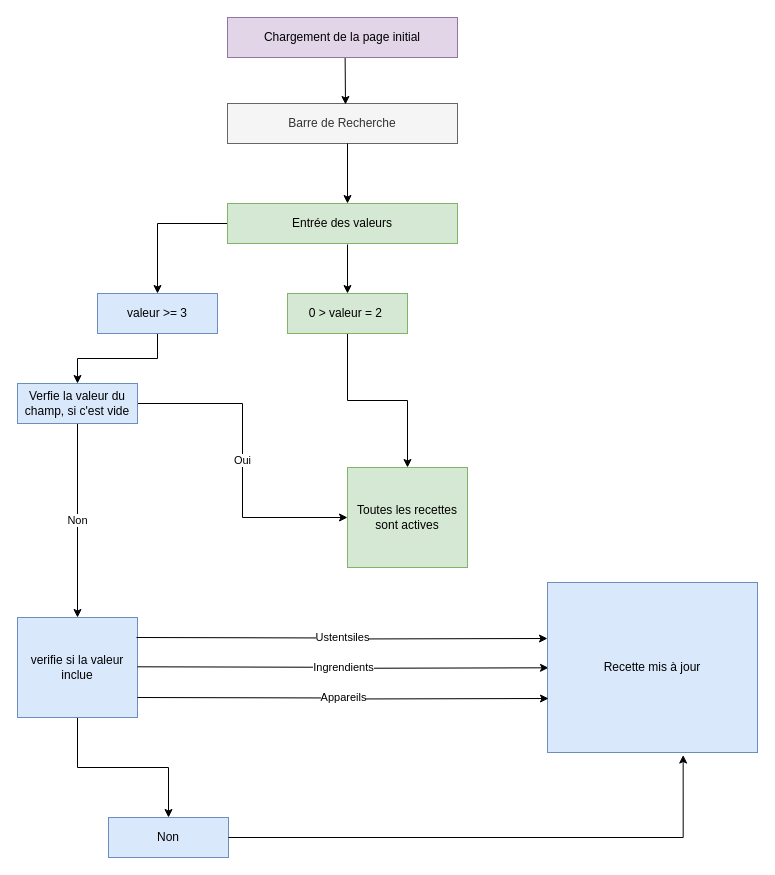
The draw.io diagram petitsplats.drawio in Takwua/PetitsPLats, before the edit. Source tidied: cells renumbered, new cells numbered last; positions are measured from the earlier drawing's top-left corner, leaving out a move shared by most shapes. Both pictures are drawn from the tidied source at 100%, with x=0, y=0 at pixel (17, 17).
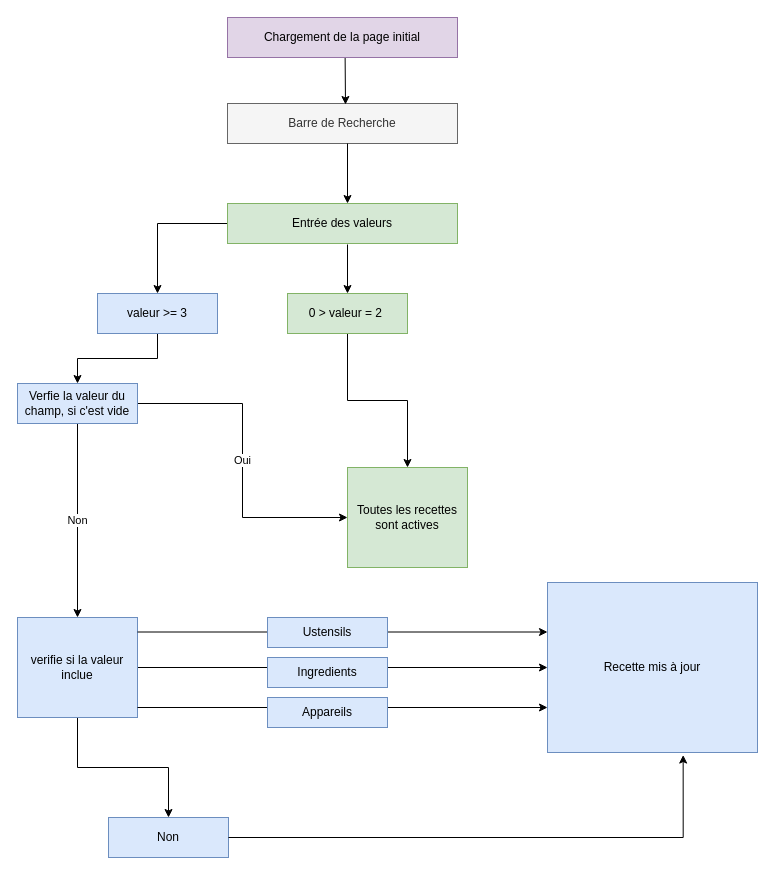
Above is the later version.

Commit message:
Mettre à jour petitsplats.drawio

Unchanged cells that the change refers to:
```xml
<mxCell id="13" value="verifie si la valeur inclue" style="rounded=0;whiteSpace=wrap;html=1;fillColor=#dae8fc;strokeColor=#6c8ebf;" parent="1" vertex="1">
  <mxGeometry y="600" width="120" height="100" as="geometry" />
</mxCell>
<mxCell id="21" value="Recette mis à jour" style="rounded=0;whiteSpace=wrap;html=1;fillColor=#dae8fc;strokeColor=#6c8ebf;" parent="1" vertex="1">
  <mxGeometry x="530" y="565" width="210" height="170" as="geometry" />
</mxCell>
<mxCell id="22" value="Non" style="rounded=0;whiteSpace=wrap;html=1;fillColor=#dae8fc;strokeColor=#6c8ebf;" parent="1" vertex="1">
  <mxGeometry x="91" y="800" width="120" height="40" as="geometry" />
</mxCell>
```

Diff of the diagram source:
```diff
@@
+    <mxCell id="25" style="edgeStyle=orthogonalEdgeStyle;rounded=0;jettySize=auto;html=1;" parent="1" edge="1" source="13" target="21">
+      <mxGeometry relative="1" as="geometry" />
+    </mxCell>
@@
-    <mxCell id="19" value="Ingrendients" style="edgeStyle=orthogonalEdgeStyle;rounded=0;orthogonalLoop=1;jettySize=auto;html=1;entryX=0.006;entryY=0.359;entryDx=0;entryDy=0;entryPerimeter=0;" parent="1" edge="1">
-      <mxGeometry relative="1" as="geometry">
-        <mxPoint x="120" y="649.3" as="sourcePoint" />
-        <mxPoint x="531" y="650.3" as="targetPoint" />
-      </mxGeometry>
-    </mxCell>
-    <mxCell id="20" value="Ustentsiles" style="edgeStyle=orthogonalEdgeStyle;rounded=0;orthogonalLoop=1;jettySize=auto;html=1;entryX=0.006;entryY=0.359;entryDx=0;entryDy=0;entryPerimeter=0;" parent="1" edge="1">
-      <mxGeometry relative="1" as="geometry">
-        <mxPoint x="119" y="620" as="sourcePoint" />
-        <mxPoint x="530" y="621" as="targetPoint" />
-      </mxGeometry>
-    </mxCell>
@@
+    <mxCell id="24" style="edgeStyle=orthogonalEdgeStyle;rounded=0;jettySize=auto;html=1;entryX=0.646;entryY=1.015;entryDx=0;entryDy=0;entryPerimeter=0;" parent="1" edge="1" source="22" target="21">
+      <mxGeometry relative="1" as="geometry" />
+    </mxCell>
+    <mxCell id="26" value="Ingredients" style="rounded=0;whiteSpace=wrap;html=1;fillColor=#dae8fc;strokeColor=#6c8ebf;" parent="1" vertex="1">
+      <mxGeometry x="250" y="640" width="120" height="30" as="geometry" />
+    </mxCell>
+    <mxCell id="27" style="edgeStyle=orthogonalEdgeStyle;rounded=0;orthogonalLoop=1;jettySize=auto;html=1;" parent="1" edge="1">
+      <mxGeometry relative="1" as="geometry">
+        <mxPoint x="120" y="690" as="sourcePoint" />
+        <mxPoint x="530" y="690" as="targetPoint" />
+      </mxGeometry>
+    </mxCell>
+    <mxCell id="28" style="edgeStyle=orthogonalEdgeStyle;rounded=0;orthogonalLoop=1;jettySize=auto;html=1;" parent="1" edge="1">
+      <mxGeometry relative="1" as="geometry">
+        <mxPoint x="120" y="614.5" as="sourcePoint" />
+        <mxPoint x="530" y="614.5" as="targetPoint" />
+      </mxGeometry>
+    </mxCell>
-    <mxCell id="23" value="Appareils" style="edgeStyle=orthogonalEdgeStyle;rounded=0;orthogonalLoop=1;jettySize=auto;html=1;entryX=0.006;entryY=0.359;entryDx=0;entryDy=0;entryPerimeter=0;" parent="1" edge="1">
-      <mxGeometry relative="1" as="geometry">
-        <mxPoint x="120" y="680" as="sourcePoint" />
-        <mxPoint x="531" y="681" as="targetPoint" />
-      </mxGeometry>
+    <mxCell id="23" value="Appareils" style="rounded=0;whiteSpace=wrap;html=1;fillColor=#dae8fc;strokeColor=#6c8ebf;" parent="1" vertex="1">
+      <mxGeometry x="250" y="680" width="120" height="30" as="geometry" />
     </mxCell>
-    <mxCell id="24" style="edgeStyle=orthogonalEdgeStyle;rounded=0;jettySize=auto;html=1;entryX=0.646;entryY=1.015;entryDx=0;entryDy=0;entryPerimeter=0;" parent="1" edge="1" source="22" target="21">
-      <mxGeometry relative="1" as="geometry" />
-    </mxCell>
+    <mxCell id="29" value="Ustensils" style="rounded=0;whiteSpace=wrap;html=1;fillColor=#dae8fc;strokeColor=#6c8ebf;" parent="1" vertex="1">
+      <mxGeometry x="250" y="600" width="120" height="30" as="geometry" />
+    </mxCell>
```
